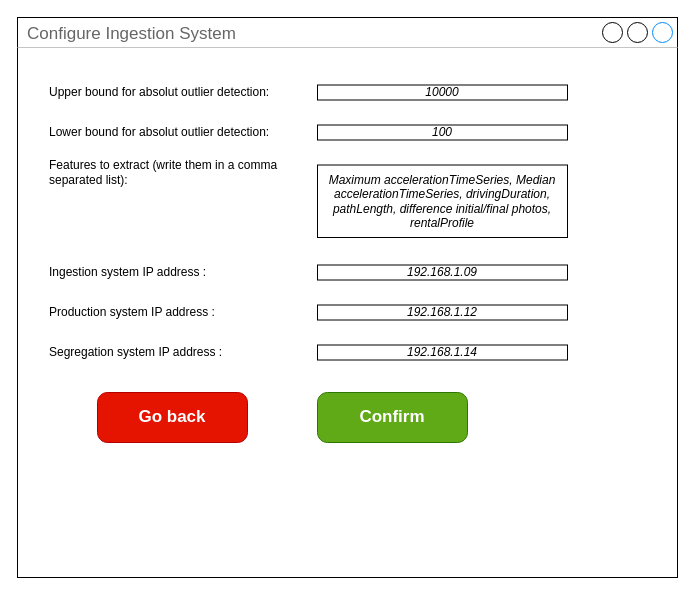
BaffoBello14/AutomaticDamagesRecognition keeps this draw.io diagram as configure/configure (preparation system) CAPE.drawio. Above is the earlier version. Source tidied: cells renumbered, new cells numbered last; positions are measured from the earlier drawing's top-left corner, leaving out a move shared by most shapes. Both pictures are drawn from the tidied source at 100%, with x=0, y=0 at pixel (17, 17).
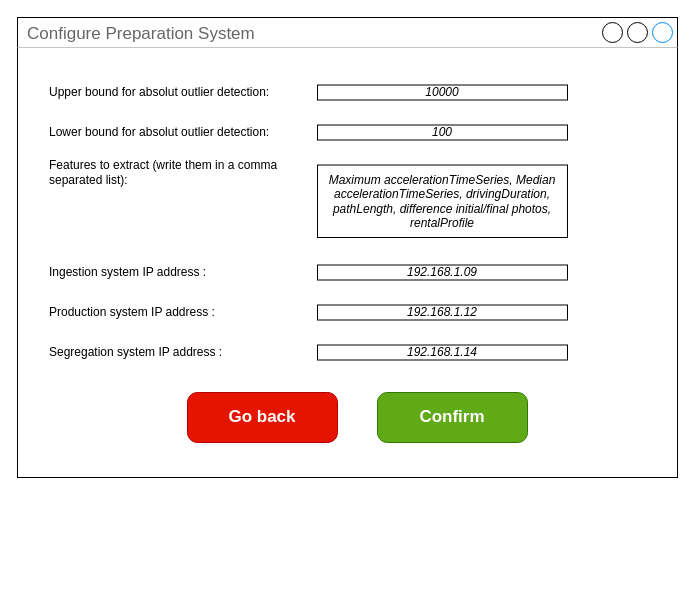
After the change.

The edit, as a diff of the source:
```diff
@@
 <mxGraphModel>
   <root>
     <mxCell id="0" />
     <mxCell id="1" parent="0" />
-    <mxCell id="2" value="Configure Ingestion System" style="strokeWidth=1;shadow=0;dashed=0;align=center;html=1;shape=mxgraph.mockup.containers.window;align=left;verticalAlign=top;spacingLeft=8;strokeColor2=#008cff;strokeColor3=#c4c4c4;fontColor=#666666;mainText=;fontSize=17;labelBackgroundColor=none;whiteSpace=wrap;" parent="1" vertex="1">
-      <mxGeometry width="660" height="560" as="geometry" />
+    <mxCell id="2" value="Configure Preparation System" style="strokeWidth=1;shadow=0;dashed=0;align=center;html=1;shape=mxgraph.mockup.containers.window;align=left;verticalAlign=top;spacingLeft=8;strokeColor2=#008cff;strokeColor3=#c4c4c4;fontColor=#666666;mainText=;fontSize=17;labelBackgroundColor=none;whiteSpace=wrap;" parent="1" vertex="1">
+      <mxGeometry width="660" height="460" as="geometry" />
     </mxCell>
     <mxCell id="3" value="Confirm" style="strokeWidth=1;shadow=0;dashed=0;align=center;html=1;shape=mxgraph.mockup.buttons.button;strokeColor=#2D7600;fontColor=#ffffff;mainText=;buttonStyle=round;fontSize=17;fontStyle=1;fillColor=#60a917;whiteSpace=wrap;" parent="1" vertex="1">
-      <mxGeometry x="300" y="375" width="150" height="50" as="geometry" />
+      <mxGeometry x="360" y="375" width="150" height="50" as="geometry" />
     </mxCell>
     <mxCell id="4" value="Go back" style="strokeWidth=1;shadow=0;dashed=0;align=center;html=1;shape=mxgraph.mockup.buttons.button;strokeColor=#B20000;mainText=;buttonStyle=round;fontSize=17;fontStyle=1;fillColor=#e51400;whiteSpace=wrap;fontColor=#ffffff;" parent="1" vertex="1">
-      <mxGeometry x="80" y="375" width="150" height="50" as="geometry" />
+      <mxGeometry x="170" y="375" width="150" height="50" as="geometry" />
     </mxCell>
     <mxCell id="5" value="Upper bound for absolut outlier detection:" style="text;html=1;strokeColor=none;fillColor=none;align=left;verticalAlign=middle;whiteSpace=wrap;rounded=0;" parent="1" vertex="1">
       <mxGeometry x="30" y="60" width="240" height="30" as="geometry" />
     </mxCell>
     <mxCell id="6" value="&lt;i&gt;&lt;font&gt;10000&lt;/font&gt;&lt;/i&gt;" style="rounded=0;whiteSpace=wrap;html=1;fontColor=#000000;" parent="1" vertex="1">
       <mxGeometry x="300" y="67.5" width="250" height="15" as="geometry" />
     </mxCell>
     <mxCell id="7" value="Lower bound for absolut outlier detection:" style="text;html=1;strokeColor=none;fillColor=none;align=left;verticalAlign=middle;whiteSpace=wrap;rounded=0;" parent="1" vertex="1">
       <mxGeometry x="30" y="100" width="230" height="30" as="geometry" />
     </mxCell>
     <mxCell id="8" value="&lt;i&gt;&lt;font&gt;100&lt;/font&gt;&lt;/i&gt;" style="rounded=0;whiteSpace=wrap;html=1;fontColor=#000000;" parent="1" vertex="1">
       <mxGeometry x="300" y="107.5" width="250" height="15" as="geometry" />
     </mxCell>
     <mxCell id="9" value="Features to extract (write them in a comma separated list):" style="text;html=1;strokeColor=none;fillColor=none;align=left;verticalAlign=middle;whiteSpace=wrap;rounded=0;" parent="1" vertex="1">
       <mxGeometry x="30" y="140" width="240" height="30" as="geometry" />
     </mxCell>
     <mxCell id="10" value="&lt;i&gt;Maximum accelerationTimeSeries, Median accelerationTimeSeries, drivingDuration, pathLength, difference initial/final photos, rentalProfile&lt;/i&gt;" style="rounded=0;whiteSpace=wrap;html=1;fontColor=#000000;" parent="1" vertex="1">
       <mxGeometry x="300" y="147.5" width="250" height="72.5" as="geometry" />
     </mxCell>
     <mxCell id="11" value="Ingestion system IP address :" style="text;html=1;strokeColor=none;fillColor=none;align=left;verticalAlign=middle;whiteSpace=wrap;rounded=0;" parent="1" vertex="1">
       <mxGeometry x="30" y="240" width="210" height="30" as="geometry" />
     </mxCell>
     <mxCell id="12" value="&lt;i style=&quot;border-color: var(--border-color);&quot;&gt;&lt;font style=&quot;border-color: var(--border-color);&quot;&gt;192.168.1.09&lt;/font&gt;&lt;/i&gt;" style="rounded=0;whiteSpace=wrap;html=1;fontColor=#000000;" parent="1" vertex="1">
       <mxGeometry x="300" y="247.5" width="250" height="15" as="geometry" />
     </mxCell>
     <mxCell id="13" value="Production system IP address :" style="text;html=1;strokeColor=none;fillColor=none;align=left;verticalAlign=middle;whiteSpace=wrap;rounded=0;" parent="1" vertex="1">
       <mxGeometry x="30" y="280" width="210" height="30" as="geometry" />
     </mxCell>
     <mxCell id="14" value="&lt;i style=&quot;border-color: var(--border-color);&quot;&gt;&lt;font style=&quot;border-color: var(--border-color);&quot;&gt;192.168.1.12&lt;/font&gt;&lt;/i&gt;" style="rounded=0;whiteSpace=wrap;html=1;fontColor=#000000;" parent="1" vertex="1">
       <mxGeometry x="300" y="287.5" width="250" height="15" as="geometry" />
     </mxCell>
     <mxCell id="15" value="Segregation system IP address :" style="text;html=1;strokeColor=none;fillColor=none;align=left;verticalAlign=middle;whiteSpace=wrap;rounded=0;" parent="1" vertex="1">
       <mxGeometry x="30" y="320" width="210" height="30" as="geometry" />
     </mxCell>
     <mxCell id="16" value="&lt;i style=&quot;border-color: var(--border-color);&quot;&gt;&lt;font style=&quot;border-color: var(--border-color);&quot;&gt;192.168.1.14&lt;/font&gt;&lt;/i&gt;" style="rounded=0;whiteSpace=wrap;html=1;fontColor=#000000;" parent="1" vertex="1">
       <mxGeometry x="300" y="327.5" width="250" height="15" as="geometry" />
     </mxCell>
   </root>
 </mxGraphModel>
```
